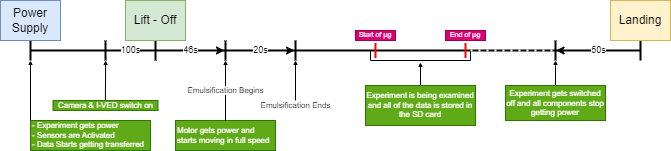
Above: SED Stuff/SEDv4/Diagrams/Images/Experiment Timeline.drawio.png in dyka3773/Beam-3rd-Gen-Project (draw.io), before the change. Source tidied: cells renumbered, new cells last; positions are measured from the earlier drawing's top-left corner, leaving out a move shared by most shapes. Its diagram source:
```xml
<mxGraphModel>
  <root>
    <mxCell id="0" />
    <mxCell id="1" parent="0" />
    <mxCell id="2" style="shape=crossbar;whiteSpace=wrap;html=1;rounded=1;strokeWidth=2;" parent="1" vertex="1">
      <mxGeometry x="30" y="40" width="610" height="20" as="geometry" />
    </mxCell>
    <mxCell id="3" style="line;strokeWidth=2;direction=south;html=1;perimeter=backbonePerimeter;points=[];outlineConnect=0;" parent="1" vertex="1">
      <mxGeometry x="150" y="40" width="10" height="20" as="geometry" />
    </mxCell>
    <mxCell id="4" value="Lift - Off" style="text;html=1;strokeColor=#82b366;fillColor=#d5e8d4;align=center;verticalAlign=middle;whiteSpace=wrap;rounded=0;" parent="1" vertex="1">
      <mxGeometry x="125" width="60" height="40" as="geometry" />
    </mxCell>
    <mxCell id="5" value="Landing" style="text;html=1;strokeColor=#d6b656;fillColor=#fff2cc;align=center;verticalAlign=middle;whiteSpace=wrap;rounded=0;" parent="1" vertex="1">
      <mxGeometry x="610" width="60" height="40" as="geometry" />
    </mxCell>
    <mxCell id="6" value="Power Supply" style="text;html=1;strokeColor=#6c8ebf;fillColor=#dae8fc;align=center;verticalAlign=middle;whiteSpace=wrap;rounded=0;" parent="1" vertex="1">
      <mxGeometry width="60" height="40" as="geometry" />
    </mxCell>
    <mxCell id="7" style="rounded=0;orthogonalLoop=1;jettySize=auto;html=1;endSize=2;" parent="1" edge="1">
      <mxGeometry relative="1" as="geometry">
        <mxPoint x="104.9" y="100" as="sourcePoint" />
        <mxPoint x="105.1" y="60" as="targetPoint" />
      </mxGeometry>
    </mxCell>
    <mxCell id="8" value="&lt;span style=&quot;font-size: 8px; background-color: initial;&quot;&gt;Camera &amp;amp; I-VED switch on&lt;/span&gt;" style="text;html=1;strokeColor=#2D7600;fillColor=#60a917;align=center;verticalAlign=middle;whiteSpace=wrap;rounded=0;fontColor=#ffffff;fontSize=8;spacing=2;" parent="1" vertex="1">
      <mxGeometry x="52.5" y="100" width="105" height="10" as="geometry" />
    </mxCell>
    <mxCell id="9" style="edgeStyle=orthogonalEdgeStyle;rounded=0;jettySize=auto;html=1;entryX=0;entryY=1;entryDx=0;entryDy=0;entryPerimeter=0;endSize=2;" parent="1" edge="1" source="10" target="2">
      <mxGeometry relative="1" as="geometry">
        <Array as="points">
          <mxPoint x="30" y="120" />
          <mxPoint x="30" y="120" />
        </Array>
      </mxGeometry>
    </mxCell>
    <mxCell id="10" value="&lt;span style=&quot;font-size: 8px; background-color: initial;&quot;&gt;- Experiment gets power&lt;br&gt;- Sensors are Activated&lt;br&gt;- Data Starts getting transferred&lt;br&gt;&lt;/span&gt;" style="text;html=1;strokeColor=#2D7600;fillColor=#60a917;align=left;verticalAlign=middle;whiteSpace=wrap;rounded=0;fontColor=#ffffff;fontSize=8;spacing=2;" parent="1" vertex="1">
      <mxGeometry x="30" y="120" width="120" height="30" as="geometry" />
    </mxCell>
    <mxCell id="11" style="line;strokeWidth=2;direction=south;html=1;perimeter=backbonePerimeter;points=[];outlineConnect=0;" parent="1" vertex="1">
      <mxGeometry x="220" y="40" width="10" height="20" as="geometry" />
    </mxCell>
    <mxCell id="12" style="line;strokeWidth=2;direction=south;html=1;perimeter=backbonePerimeter;points=[];outlineConnect=0;" parent="1" vertex="1">
      <mxGeometry x="290" y="40" width="10" height="20" as="geometry" />
    </mxCell>
    <mxCell id="13" style="line;strokeWidth=2;direction=south;html=1;perimeter=backbonePerimeter;fillStyle=solid;fillColor=none;strokeColor=#ff0000;" parent="1" vertex="1">
      <mxGeometry x="370" y="42.5" width="10" height="15" as="geometry" />
    </mxCell>
    <mxCell id="14" style="line;strokeWidth=2;direction=south;html=1;perimeter=backbonePerimeter;fillStyle=solid;fillColor=none;strokeColor=#ff0000;" parent="1" vertex="1">
      <mxGeometry x="460" y="42.5" width="10" height="15" as="geometry" />
    </mxCell>
    <mxCell id="15" value="Start of μg" style="text;html=1;strokeColor=#A50040;fillColor=#d80073;align=center;verticalAlign=middle;whiteSpace=wrap;rounded=0;fontColor=#ffffff;fontSize=7;" parent="1" vertex="1">
      <mxGeometry x="355" y="30" width="40" height="10" as="geometry" />
    </mxCell>
    <mxCell id="16" value="End of μg" style="text;html=1;strokeColor=#A50040;fillColor=#d80073;align=center;verticalAlign=middle;whiteSpace=wrap;rounded=0;fontColor=#ffffff;fontSize=7;" parent="1" vertex="1">
      <mxGeometry x="445" y="30" width="40" height="10" as="geometry" />
    </mxCell>
    <mxCell id="17" style="endArrow=classic;html=1;rounded=0;" parent="1" edge="1" source="3" target="11">
      <mxGeometry relative="1" as="geometry" />
    </mxCell>
    <mxCell id="18" value="46s" style="edgeLabel;html=1;align=center;verticalAlign=middle;fontSize=9;" parent="17" vertex="1">
      <mxGeometry relative="1" as="geometry" />
    </mxCell>
    <mxCell id="19" style="endArrow=classic;html=1;rounded=0;" parent="1" edge="1" source="11" target="12">
      <mxGeometry relative="1" as="geometry" />
    </mxCell>
    <mxCell id="20" value="20s" style="edgeLabel;html=1;align=center;verticalAlign=middle;fontSize=9;" parent="19" vertex="1">
      <mxGeometry relative="1" as="geometry" />
    </mxCell>
    <mxCell id="21" style="shape=partialRectangle;whiteSpace=wrap;html=1;bottom=1;right=1;left=1;top=0;fillColor=none;routingCenterX=-0.5;" parent="1" vertex="1">
      <mxGeometry x="370" y="50" width="100" height="10" as="geometry" />
    </mxCell>
    <mxCell id="22" value="&lt;span style=&quot;font-size: 8px; background-color: initial;&quot;&gt;Motor gets power and starts moving in full speed&lt;br&gt;&lt;/span&gt;" style="text;html=1;strokeColor=#2D7600;fillColor=#60a917;align=left;verticalAlign=middle;whiteSpace=wrap;rounded=0;fontColor=#ffffff;fontSize=8;spacing=2;" parent="1" vertex="1">
      <mxGeometry x="175" y="120" width="100" height="30" as="geometry" />
    </mxCell>
    <mxCell id="23" style="endArrow=classic;html=1;rounded=0;exitX=0.5;exitY=0;exitDx=0;exitDy=0;endSize=2;" parent="1" edge="1" source="22">
      <mxGeometry relative="1" as="geometry">
        <mxPoint x="225" y="60" as="targetPoint" />
      </mxGeometry>
    </mxCell>
    <mxCell id="24" value="Emulsification Begins" style="edgeLabel;html=1;align=center;verticalAlign=middle;fontSize=8;" parent="23" vertex="1">
      <mxGeometry relative="1" as="geometry" />
    </mxCell>
    <mxCell id="25" style="endArrow=classic;html=1;rounded=0;endSize=2;exitX=0.5;exitY=0;exitDx=0;exitDy=0;" parent="1" edge="1" source="26">
      <mxGeometry relative="1" as="geometry">
        <mxPoint x="295" y="60" as="targetPoint" />
      </mxGeometry>
    </mxCell>
    <mxCell id="26" value="Emulsification Ends" style="text;html=1;strokeColor=none;fillColor=none;align=center;verticalAlign=middle;whiteSpace=wrap;rounded=0;fontSize=8;" parent="1" vertex="1">
      <mxGeometry x="257.5" y="100" width="75" height="10" as="geometry" />
    </mxCell>
    <mxCell id="27" style="edgeStyle=orthogonalEdgeStyle;rounded=0;jettySize=auto;html=1;entryX=0.5;entryY=1.196;entryDx=0;entryDy=0;entryPerimeter=0;endSize=2;" parent="1" edge="1" source="28" target="21">
      <mxGeometry relative="1" as="geometry" />
    </mxCell>
    <mxCell id="28" value="&lt;span style=&quot;font-size: 8px; background-color: initial;&quot;&gt;Experiment is being examined and all of the data is stored in the SD card&lt;br&gt;&lt;/span&gt;" style="text;html=1;strokeColor=#2D7600;fillColor=#60a917;align=center;verticalAlign=middle;whiteSpace=wrap;rounded=0;fontColor=#ffffff;fontSize=8;spacing=2;" parent="1" vertex="1">
      <mxGeometry x="365" y="85" width="110" height="40" as="geometry" />
    </mxCell>
    <mxCell id="29" style="endArrow=classic;html=1;rounded=0;exitX=1;exitY=0.5;exitDx=0;exitDy=0;exitPerimeter=0;" parent="1" edge="1" source="2" target="31">
      <mxGeometry relative="1" as="geometry" />
    </mxCell>
    <mxCell id="30" value="50s" style="edgeLabel;html=1;align=center;verticalAlign=middle;fontSize=9;" parent="29" vertex="1">
      <mxGeometry relative="1" as="geometry" />
    </mxCell>
    <mxCell id="31" style="line;strokeWidth=2;direction=south;html=1;perimeter=backbonePerimeter;points=[];outlineConnect=0;" parent="1" vertex="1">
      <mxGeometry x="550" y="40" width="10" height="20" as="geometry" />
    </mxCell>
    <mxCell id="32" style="edgeStyle=orthogonalEdgeStyle;rounded=0;jettySize=auto;html=1;endSize=2;" parent="1" edge="1" source="33">
      <mxGeometry relative="1" as="geometry">
        <mxPoint x="555" y="60" as="targetPoint" />
      </mxGeometry>
    </mxCell>
    <mxCell id="33" value="&lt;span style=&quot;font-size: 8px; background-color: initial;&quot;&gt;Experiment gets switched off and all components stop getting power&lt;br&gt;&lt;/span&gt;" style="text;html=1;strokeColor=#2D7600;fillColor=#60a917;align=center;verticalAlign=middle;whiteSpace=wrap;rounded=0;fontColor=#ffffff;fontSize=8;spacing=2;" parent="1" vertex="1">
      <mxGeometry x="505" y="85" width="100" height="35" as="geometry" />
    </mxCell>
    <mxCell id="34" style="endArrow=none;dashed=1;html=1;dashPattern=1 3;strokeWidth=2;rounded=0;exitX=1;exitY=0;exitDx=0;exitDy=0;strokeColor=#ffffff;" parent="1" edge="1" source="21" target="31">
      <mxGeometry relative="1" as="geometry" />
    </mxCell>
    <mxCell id="35" style="line;strokeWidth=2;direction=south;html=1;perimeter=backbonePerimeter;points=[];outlineConnect=0;" parent="1" vertex="1">
      <mxGeometry x="100" y="40" width="10" height="20" as="geometry" />
    </mxCell>
    <mxCell id="36" value="100s" style="edgeLabel;html=1;align=center;verticalAlign=middle;fontSize=9;" parent="1" vertex="1">
      <mxGeometry x="130" y="50" as="geometry" />
    </mxCell>
  </root>
</mxGraphModel>
```
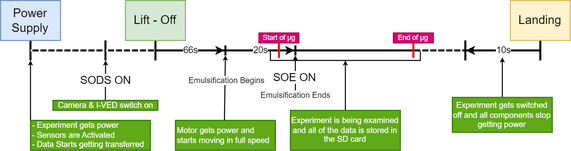
The same diagram one commit later.

Diff of the diagram source:
```diff
@@ -3,7 +3,7 @@
     <mxCell id="0" />
     <mxCell id="1" parent="0" />
     <mxCell id="2" style="shape=crossbar;whiteSpace=wrap;html=1;rounded=1;strokeWidth=2;" parent="1" vertex="1">
-      <mxGeometry x="30" y="40" width="610" height="20" as="geometry" />
+      <mxGeometry x="30" y="40" width="510" height="20" as="geometry" />
     </mxCell>
     <mxCell id="3" style="line;strokeWidth=2;direction=south;html=1;perimeter=backbonePerimeter;points=[];outlineConnect=0;" parent="1" vertex="1">
       <mxGeometry x="150" y="40" width="10" height="20" as="geometry" />
@@ -12,7 +12,7 @@
       <mxGeometry x="125" width="60" height="40" as="geometry" />
     </mxCell>
     <mxCell id="5" value="Landing" style="text;html=1;strokeColor=#d6b656;fillColor=#fff2cc;align=center;verticalAlign=middle;whiteSpace=wrap;rounded=0;" parent="1" vertex="1">
-      <mxGeometry x="610" width="60" height="40" as="geometry" />
+      <mxGeometry x="510" width="60" height="40" as="geometry" />
     </mxCell>
     <mxCell id="6" value="Power Supply" style="text;html=1;strokeColor=#6c8ebf;fillColor=#dae8fc;align=center;verticalAlign=middle;whiteSpace=wrap;rounded=0;" parent="1" vertex="1">
       <mxGeometry width="60" height="40" as="geometry" />
@@ -23,6 +23,9 @@
         <mxPoint x="105.1" y="60" as="targetPoint" />
       </mxGeometry>
     </mxCell>
+    <mxCell id="37" value="SODS ON" style="edgeLabel;html=1;align=center;verticalAlign=middle;" parent="7" vertex="1">
+      <mxGeometry relative="1" as="geometry" />
+    </mxCell>
     <mxCell id="8" value="&lt;span style=&quot;font-size: 8px; background-color: initial;&quot;&gt;Camera &amp;amp; I-VED switch on&lt;/span&gt;" style="text;html=1;strokeColor=#2D7600;fillColor=#60a917;align=center;verticalAlign=middle;whiteSpace=wrap;rounded=0;fontColor=#ffffff;fontSize=8;spacing=2;" parent="1" vertex="1">
       <mxGeometry x="52.5" y="100" width="105" height="10" as="geometry" />
     </mxCell>
@@ -37,28 +40,16 @@
     <mxCell id="10" value="&lt;span style=&quot;font-size: 8px; background-color: initial;&quot;&gt;- Experiment gets power&lt;br&gt;- Sensors are Activated&lt;br&gt;- Data Starts getting transferred&lt;br&gt;&lt;/span&gt;" style="text;html=1;strokeColor=#2D7600;fillColor=#60a917;align=left;verticalAlign=middle;whiteSpace=wrap;rounded=0;fontColor=#ffffff;fontSize=8;spacing=2;" parent="1" vertex="1">
       <mxGeometry x="30" y="120" width="120" height="30" as="geometry" />
     </mxCell>
-    <mxCell id="11" style="line;strokeWidth=2;direction=south;html=1;perimeter=backbonePerimeter;points=[];outlineConnect=0;" parent="1" vertex="1">
-      <mxGeometry x="220" y="40" width="10" height="20" as="geometry" />
-    </mxCell>
-    <mxCell id="12" style="line;strokeWidth=2;direction=south;html=1;perimeter=backbonePerimeter;points=[];outlineConnect=0;" parent="1" vertex="1">
-      <mxGeometry x="290" y="40" width="10" height="20" as="geometry" />
-    </mxCell>
-    <mxCell id="13" style="line;strokeWidth=2;direction=south;html=1;perimeter=backbonePerimeter;fillStyle=solid;fillColor=none;strokeColor=#ff0000;" parent="1" vertex="1">
-      <mxGeometry x="370" y="42.5" width="10" height="15" as="geometry" />
-    </mxCell>
     <mxCell id="14" style="line;strokeWidth=2;direction=south;html=1;perimeter=backbonePerimeter;fillStyle=solid;fillColor=none;strokeColor=#ff0000;" parent="1" vertex="1">
-      <mxGeometry x="460" y="42.5" width="10" height="15" as="geometry" />
+      <mxGeometry x="408" y="42.5" width="10" height="15" as="geometry" />
     </mxCell>
-    <mxCell id="15" value="Start of μg" style="text;html=1;strokeColor=#A50040;fillColor=#d80073;align=center;verticalAlign=middle;whiteSpace=wrap;rounded=0;fontColor=#ffffff;fontSize=7;" parent="1" vertex="1">
-      <mxGeometry x="355" y="30" width="40" height="10" as="geometry" />
-    </mxCell>
     <mxCell id="16" value="End of μg" style="text;html=1;strokeColor=#A50040;fillColor=#d80073;align=center;verticalAlign=middle;whiteSpace=wrap;rounded=0;fontColor=#ffffff;fontSize=7;" parent="1" vertex="1">
-      <mxGeometry x="445" y="30" width="40" height="10" as="geometry" />
+      <mxGeometry x="393" y="32.5" width="40" height="10" as="geometry" />
     </mxCell>
     <mxCell id="17" style="endArrow=classic;html=1;rounded=0;" parent="1" edge="1" source="3" target="11">
       <mxGeometry relative="1" as="geometry" />
     </mxCell>
-    <mxCell id="18" value="46s" style="edgeLabel;html=1;align=center;verticalAlign=middle;fontSize=9;" parent="17" vertex="1">
+    <mxCell id="18" value="66s" style="edgeLabel;html=1;align=center;verticalAlign=middle;fontSize=9;" parent="17" vertex="1">
       <mxGeometry relative="1" as="geometry" />
     </mxCell>
     <mxCell id="19" style="endArrow=classic;html=1;rounded=0;" parent="1" edge="1" source="11" target="12">
@@ -68,49 +59,55 @@
       <mxGeometry relative="1" as="geometry" />
     </mxCell>
     <mxCell id="21" style="shape=partialRectangle;whiteSpace=wrap;html=1;bottom=1;right=1;left=1;top=0;fillColor=none;routingCenterX=-0.5;" parent="1" vertex="1">
-      <mxGeometry x="370" y="50" width="100" height="10" as="geometry" />
+      <mxGeometry x="270" y="50" width="150" height="10" as="geometry" />
     </mxCell>
     <mxCell id="22" value="&lt;span style=&quot;font-size: 8px; background-color: initial;&quot;&gt;Motor gets power and starts moving in full speed&lt;br&gt;&lt;/span&gt;" style="text;html=1;strokeColor=#2D7600;fillColor=#60a917;align=left;verticalAlign=middle;whiteSpace=wrap;rounded=0;fontColor=#ffffff;fontSize=8;spacing=2;" parent="1" vertex="1">
       <mxGeometry x="175" y="120" width="100" height="30" as="geometry" />
     </mxCell>
-    <mxCell id="23" style="endArrow=classic;html=1;rounded=0;exitX=0.5;exitY=0;exitDx=0;exitDy=0;endSize=2;" parent="1" edge="1" source="22">
+    <mxCell id="23" style="endArrow=classic;html=1;rounded=0;exitX=0.5;exitY=0;exitDx=0;exitDy=0;endSize=2;" parent="1" edge="1">
       <mxGeometry relative="1" as="geometry">
-        <mxPoint x="225" y="60" as="targetPoint" />
+        <mxPoint x="224" y="120" as="sourcePoint" />
+        <mxPoint x="225" y="55" as="targetPoint" />
       </mxGeometry>
     </mxCell>
     <mxCell id="24" value="Emulsification Begins" style="edgeLabel;html=1;align=center;verticalAlign=middle;fontSize=8;" parent="23" vertex="1">
-      <mxGeometry relative="1" as="geometry" />
+      <mxGeometry relative="1" as="geometry">
+        <mxPoint x="1" y="-8" as="offset" />
+      </mxGeometry>
     </mxCell>
     <mxCell id="25" style="endArrow=classic;html=1;rounded=0;endSize=2;exitX=0.5;exitY=0;exitDx=0;exitDy=0;" parent="1" edge="1" source="26">
       <mxGeometry relative="1" as="geometry">
-        <mxPoint x="295" y="60" as="targetPoint" />
+        <mxPoint x="295" y="55" as="targetPoint" />
       </mxGeometry>
     </mxCell>
+    <mxCell id="38" value="SOE ON" style="edgeLabel;html=1;align=center;verticalAlign=middle;" parent="25" vertex="1">
+      <mxGeometry x="-0.25" y="1" relative="1" as="geometry" />
+    </mxCell>
     <mxCell id="26" value="Emulsification Ends" style="text;html=1;strokeColor=none;fillColor=none;align=center;verticalAlign=middle;whiteSpace=wrap;rounded=0;fontSize=8;" parent="1" vertex="1">
-      <mxGeometry x="257.5" y="100" width="75" height="10" as="geometry" />
+      <mxGeometry x="257.5" y="90" width="75" height="10" as="geometry" />
     </mxCell>
-    <mxCell id="27" style="edgeStyle=orthogonalEdgeStyle;rounded=0;jettySize=auto;html=1;entryX=0.5;entryY=1.196;entryDx=0;entryDy=0;entryPerimeter=0;endSize=2;" parent="1" edge="1" source="28" target="21">
+    <mxCell id="27" style="rounded=0;jettySize=auto;html=1;entryX=0.5;entryY=1;entryDx=0;entryDy=0;endSize=2;edgeStyle=orthogonalEdgeStyle;exitX=0.5;exitY=0;exitDx=0;exitDy=0;" parent="1" edge="1" source="28" target="21">
       <mxGeometry relative="1" as="geometry" />
     </mxCell>
     <mxCell id="28" value="&lt;span style=&quot;font-size: 8px; background-color: initial;&quot;&gt;Experiment is being examined and all of the data is stored in the SD card&lt;br&gt;&lt;/span&gt;" style="text;html=1;strokeColor=#2D7600;fillColor=#60a917;align=center;verticalAlign=middle;whiteSpace=wrap;rounded=0;fontColor=#ffffff;fontSize=8;spacing=2;" parent="1" vertex="1">
-      <mxGeometry x="365" y="85" width="110" height="40" as="geometry" />
+      <mxGeometry x="290" y="110" width="110" height="40" as="geometry" />
     </mxCell>
     <mxCell id="29" style="endArrow=classic;html=1;rounded=0;exitX=1;exitY=0.5;exitDx=0;exitDy=0;exitPerimeter=0;" parent="1" edge="1" source="2" target="31">
       <mxGeometry relative="1" as="geometry" />
     </mxCell>
-    <mxCell id="30" value="50s" style="edgeLabel;html=1;align=center;verticalAlign=middle;fontSize=9;" parent="29" vertex="1">
+    <mxCell id="30" value="10s" style="edgeLabel;html=1;align=center;verticalAlign=middle;fontSize=9;" parent="29" vertex="1">
       <mxGeometry relative="1" as="geometry" />
     </mxCell>
     <mxCell id="31" style="line;strokeWidth=2;direction=south;html=1;perimeter=backbonePerimeter;points=[];outlineConnect=0;" parent="1" vertex="1">
-      <mxGeometry x="550" y="40" width="10" height="20" as="geometry" />
+      <mxGeometry x="460" y="40" width="10" height="20" as="geometry" />
     </mxCell>
     <mxCell id="32" style="edgeStyle=orthogonalEdgeStyle;rounded=0;jettySize=auto;html=1;endSize=2;" parent="1" edge="1" source="33">
       <mxGeometry relative="1" as="geometry">
-        <mxPoint x="555" y="60" as="targetPoint" />
+        <mxPoint x="502" y="57" as="targetPoint" />
       </mxGeometry>
     </mxCell>
     <mxCell id="33" value="&lt;span style=&quot;font-size: 8px; background-color: initial;&quot;&gt;Experiment gets switched off and all components stop getting power&lt;br&gt;&lt;/span&gt;" style="text;html=1;strokeColor=#2D7600;fillColor=#60a917;align=center;verticalAlign=middle;whiteSpace=wrap;rounded=0;fontColor=#ffffff;fontSize=8;spacing=2;" parent="1" vertex="1">
-      <mxGeometry x="505" y="85" width="100" height="35" as="geometry" />
+      <mxGeometry x="452" y="97" width="100" height="35" as="geometry" />
     </mxCell>
     <mxCell id="34" style="endArrow=none;dashed=1;html=1;dashPattern=1 3;strokeWidth=2;rounded=0;exitX=1;exitY=0;exitDx=0;exitDy=0;strokeColor=#ffffff;" parent="1" edge="1" source="21" target="31">
       <mxGeometry relative="1" as="geometry" />
@@ -118,8 +115,23 @@
     <mxCell id="35" style="line;strokeWidth=2;direction=south;html=1;perimeter=backbonePerimeter;points=[];outlineConnect=0;" parent="1" vertex="1">
       <mxGeometry x="100" y="40" width="10" height="20" as="geometry" />
     </mxCell>
-    <mxCell id="36" value="100s" style="edgeLabel;html=1;align=center;verticalAlign=middle;fontSize=9;" parent="1" vertex="1">
-      <mxGeometry x="130" y="50" as="geometry" />
-    </mxCell>
+    <mxCell id="39" style="endArrow=none;dashed=1;html=1;dashPattern=1 3;strokeWidth=2;rounded=0;exitX=0;exitY=0.5;exitDx=0;exitDy=0;strokeColor=#ffffff;exitPerimeter=0;" parent="1" edge="1" source="2" target="35">
+      <mxGeometry relative="1" as="geometry" />
+    </mxCell>
+    <mxCell id="40" style="endArrow=none;dashed=1;html=1;dashPattern=1 3;strokeWidth=2;rounded=0;strokeColor=#ffffff;" parent="1" edge="1" source="35" target="3">
+      <mxGeometry relative="1" as="geometry" />
+    </mxCell>
+    <mxCell id="13" style="line;strokeWidth=2;direction=south;html=1;perimeter=backbonePerimeter;fillStyle=solid;fillColor=none;strokeColor=#ff0000;" parent="1" vertex="1">
+      <mxGeometry x="273.5" y="42.5" width="10" height="15" as="geometry" />
+    </mxCell>
+    <mxCell id="12" style="line;strokeWidth=2;direction=south;html=1;perimeter=backbonePerimeter;points=[];outlineConnect=0;" parent="1" vertex="1">
+      <mxGeometry x="290" y="45" width="10" height="10" as="geometry" />
+    </mxCell>
+    <mxCell id="11" style="line;strokeWidth=2;direction=south;html=1;perimeter=backbonePerimeter;points=[];outlineConnect=0;" parent="1" vertex="1">
+      <mxGeometry x="220" y="45" width="10" height="10" as="geometry" />
+    </mxCell>
+    <mxCell id="15" value="Start of μg" style="text;html=1;strokeColor=#A50040;fillColor=#d80073;align=center;verticalAlign=middle;whiteSpace=wrap;rounded=0;fontColor=#ffffff;fontSize=7;" parent="1" vertex="1">
+      <mxGeometry x="258.5" y="32.5" width="40" height="10" as="geometry" />
+    </mxCell>
   </root>
 </mxGraphModel>
```
